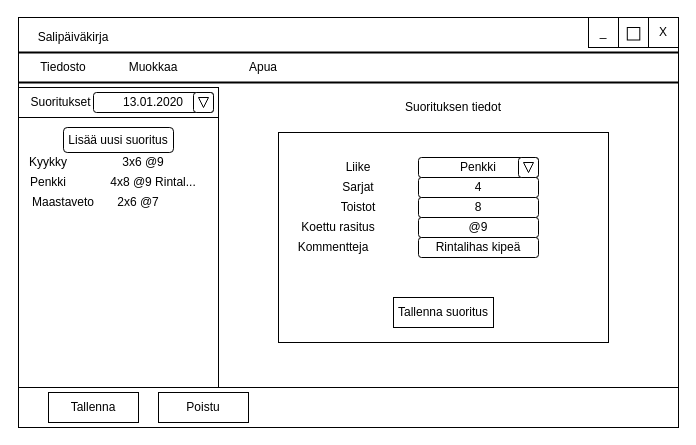
lssrty/Gymlog keeps this draw.io diagram as kuvat/sali suunnitelma.drawio. Above is the earlier version. Source tidied: cells renumbered, new cells numbered last; positions are measured from the earlier drawing's top-left corner, leaving out a move shared by most shapes. Both pictures are drawn from the tidied source at 100%, with x=0, y=0 at pixel (18, 17).
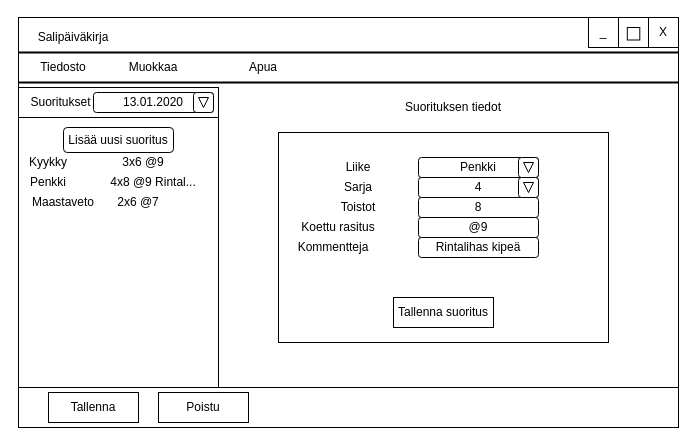
After the change.

Commit message (it also covers changes not shown here):
Lisättiin hahmotelmaan sarjojen kohdalle valikkonuoli

Change to the diagram source:
```diff
@@
-    <mxCell id="21" value="Sarjat" style="text;html=1;strokeColor=none;fillColor=none;align=center;verticalAlign=middle;whiteSpace=wrap;rounded=0;" parent="1" vertex="1">
+    <mxCell id="21" value="Sarja" style="text;html=1;strokeColor=none;fillColor=none;align=center;verticalAlign=middle;whiteSpace=wrap;rounded=0;" parent="1" vertex="1">
       <mxGeometry x="320" y="160" width="40" height="20" as="geometry" />
     </mxCell>
@@
+    <mxCell id="44" style="rounded=1;whiteSpace=wrap;html=1;" parent="1" vertex="1">
+      <mxGeometry x="500" y="160" width="20" height="20" as="geometry" />
+    </mxCell>
+    <mxCell id="45" style="triangle;whiteSpace=wrap;html=1;rotation=90;" parent="1" vertex="1">
+      <mxGeometry x="505" y="165" width="10" height="10" as="geometry" />
+    </mxCell>
```
